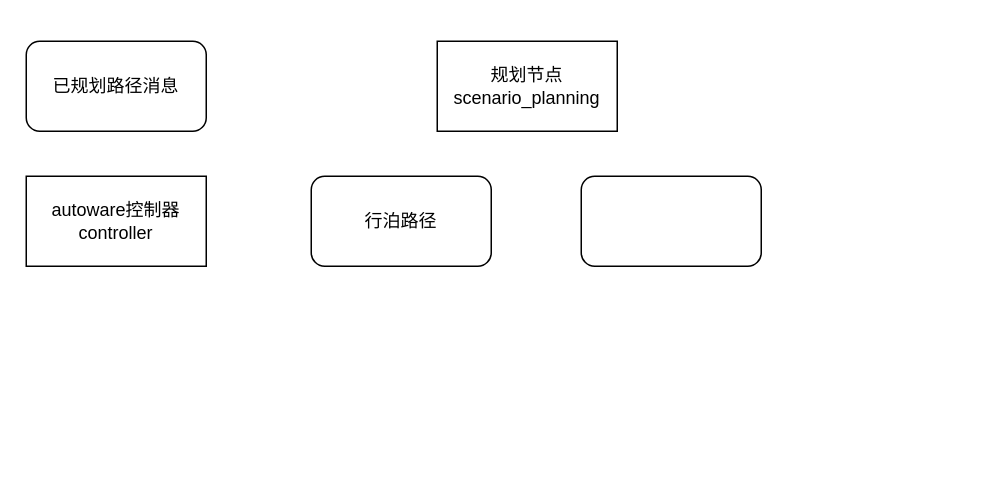
wxxsusie/files keeps this draw.io diagram as trajectory_node_simple.drawio. Above is the earlier version. Source tidied: cells renumbered, new cells numbered last; positions are measured from the earlier drawing's top-left corner, leaving out a move shared by most shapes. Both pictures are drawn from the tidied source at 150%, with x=0, y=0 at pixel (26, 40).
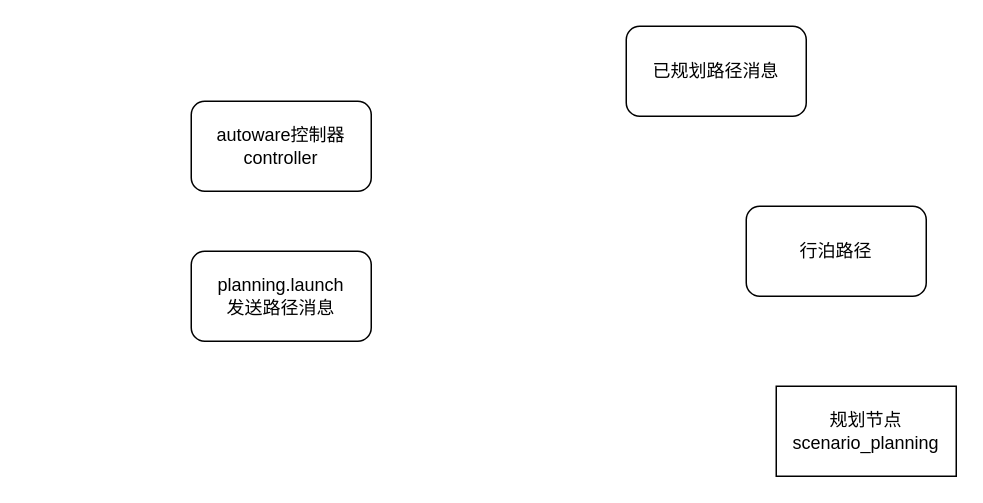
After the change.

The edit, as a diff of the source:
```diff
@@
 <mxGraphModel>
   <root>
     <mxCell id="0" />
     <mxCell id="1" parent="0" />
-    <mxCell id="2" value="autoware控制器&lt;div&gt;controller&lt;/div&gt;" style="rounded=0;whiteSpace=wrap;html=1;" parent="1" vertex="1">
-      <mxGeometry y="90" width="120" height="60" as="geometry" />
-    </mxCell>
     <mxCell id="3" value="已规划路径消息" style="rounded=1;whiteSpace=wrap;html=1;" parent="1" vertex="1">
-      <mxGeometry width="120" height="60" as="geometry" />
+      <mxGeometry x="400" y="-10" width="120" height="60" as="geometry" />
     </mxCell>
     <mxCell id="4" value="规划节点&lt;div&gt;scenario_planning&lt;/div&gt;" style="rounded=0;whiteSpace=wrap;html=1;" parent="1" vertex="1">
-      <mxGeometry x="274" width="120" height="60" as="geometry" />
+      <mxGeometry x="500" y="230" width="120" height="60" as="geometry" />
     </mxCell>
     <mxCell id="5" value="行泊路径" style="rounded=1;whiteSpace=wrap;html=1;" parent="1" vertex="1">
-      <mxGeometry x="190" y="90" width="120" height="60" as="geometry" />
+      <mxGeometry x="480" y="110" width="120" height="60" as="geometry" />
     </mxCell>
-    <mxCell id="6" style="rounded=1;whiteSpace=wrap;html=1;" parent="1" vertex="1">
-      <mxGeometry x="370" y="90" width="120" height="60" as="geometry" />
-    </mxCell>
+    <mxCell id="2" value="autoware控制器&lt;div&gt;controller&lt;/div&gt;" style="rounded=1;whiteSpace=wrap;html=1;" parent="1" vertex="1">
+      <mxGeometry x="110" y="40" width="120" height="60" as="geometry" />
+    </mxCell>
+    <mxCell id="7" value="planning.launch&lt;div&gt;发送路径消息&lt;/div&gt;" style="rounded=1;whiteSpace=wrap;html=1;" parent="1" vertex="1">
+      <mxGeometry x="110" y="140" width="120" height="60" as="geometry" />
+    </mxCell>
   </root>
 </mxGraphModel>
```
